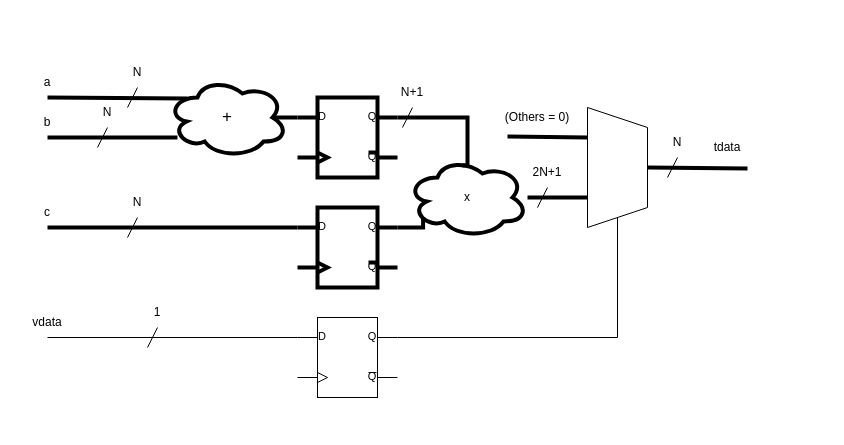
The draw.io diagram Eksamen/2023/IN3160-eksamen23.drawio in jrundht/IN3160, before the edit. Source tidied: cells renumbered, new cells numbered last; positions are measured from the earlier drawing's top-left corner, leaving out a move shared by most shapes. Both pictures are drawn from the tidied source at 100%, with x=0, y=0 at pixel (17, 57).
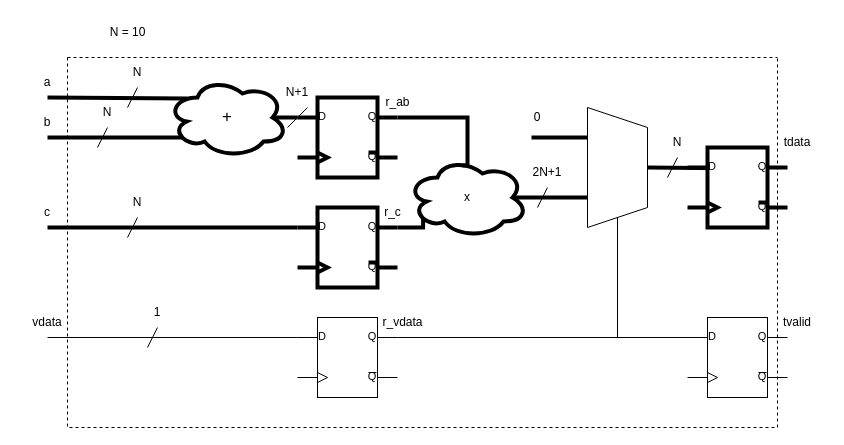
After the change.

The change refers to these unchanged cells:
```xml
<mxCell id="5" value="&lt;font style=&quot;font-size: 17px;&quot;&gt;+&lt;/font&gt;" style="ellipse;shape=cloud;whiteSpace=wrap;html=1;strokeWidth=4;" parent="1" vertex="1">
  <mxGeometry x="150" y="20" width="120" height="80" as="geometry" />
</mxCell>
<mxCell id="6" style="verticalLabelPosition=bottom;shadow=0;dashed=0;align=center;html=1;verticalAlign=top;shape=mxgraph.electrical.logic_gates.d_type_flip-flop;strokeWidth=4;" parent="1" vertex="1">
  <mxGeometry x="280" y="40" width="100" height="80" as="geometry" />
</mxCell>
<mxCell id="9" value="x" style="ellipse;shape=cloud;whiteSpace=wrap;html=1;strokeWidth=4;" parent="1" vertex="1">
  <mxGeometry x="390" y="100" width="120" height="80" as="geometry" />
</mxCell>
<mxCell id="16" style="shape=trapezoid;perimeter=trapezoidPerimeter;whiteSpace=wrap;html=1;fixedSize=1;rotation=90;" parent="1" vertex="1">
  <mxGeometry x="540" y="80" width="120" height="60" as="geometry" />
</mxCell>
```

Diff of the diagram source:
```diff
@@
+    <mxCell id="39" style="swimlane;startSize=0;dashed=1;" parent="1" vertex="1">
+      <mxGeometry x="50" width="710" height="370" as="geometry" />
+    </mxCell>
+    <mxCell id="33" value="N+1" style="text;html=1;align=center;verticalAlign=middle;whiteSpace=wrap;rounded=0;" parent="39" vertex="1">
+      <mxGeometry x="210" y="20" width="40" height="30" as="geometry" />
+    </mxCell>
+    <mxCell id="40" value="r_ab" style="text;html=1;align=center;verticalAlign=middle;strokeColor=none;fillColor=none;" parent="39" vertex="1">
+      <mxGeometry x="305" y="30" width="50" height="30" as="geometry" />
+    </mxCell>
+    <mxCell id="32" style="endArrow=none;html=1;rounded=0;" parent="39" edge="1" target="6">
+      <mxGeometry relative="1" as="geometry">
+        <mxPoint x="230" y="50" as="sourcePoint" />
+      </mxGeometry>
+    </mxCell>
+    <mxCell id="41" value="r_vdata" style="text;html=1;align=center;verticalAlign=middle;strokeColor=none;fillColor=none;" parent="39" vertex="1">
+      <mxGeometry x="305" y="250" width="60" height="30" as="geometry" />
+    </mxCell>
+    <mxCell id="42" value="r_c" style="text;html=1;align=center;verticalAlign=middle;strokeColor=none;fillColor=none;" parent="39" vertex="1">
+      <mxGeometry x="305" y="140" width="40" height="30" as="geometry" />
+    </mxCell>
@@
-    <mxCell id="3" style="endArrow=none;html=1;rounded=0;strokeWidth=4;entryX=0.083;entryY=0.75;entryDx=0;entryDy=0;entryPerimeter=0;" parent="1" edge="1" target="5">
+    <mxCell id="3" style="endArrow=none;html=1;rounded=0;strokeWidth=4;entryX=0.25;entryY=0.75;entryDx=0;entryDy=0;entryPerimeter=0;" parent="1" edge="1" target="5">
       <mxGeometry relative="1" as="geometry">
         <mxPoint x="30" y="80" as="sourcePoint" />
       </mxGeometry>
     </mxCell>
@@
-    <mxCell id="8" style="edgeStyle=orthogonalEdgeStyle;rounded=0;jettySize=auto;html=1;entryX=0.75;entryY=1;entryDx=0;entryDy=0;strokeWidth=4;endArrow=none;endFill=0;" parent="1" edge="1" source="9" target="16">
+    <mxCell id="8" style="edgeStyle=orthogonalEdgeStyle;rounded=0;jettySize=auto;html=1;entryX=0.75;entryY=1;entryDx=0;entryDy=0;strokeWidth=4;endArrow=none;endFill=0;exitX=0.875;exitY=0.5;exitDx=0;exitDy=0;exitPerimeter=0;" parent="1" edge="1" source="9" target="16">
       <mxGeometry relative="1" as="geometry" />
     </mxCell>
@@
-    <mxCell id="17" style="endArrow=none;html=1;rounded=0;strokeWidth=4;entryX=0.25;entryY=1;entryDx=0;entryDy=0;" parent="1" edge="1" target="16">
-      <mxGeometry relative="1" as="geometry">
-        <mxPoint x="490" y="79" as="sourcePoint" />
-      </mxGeometry>
+    <mxCell id="17" style="endArrow=none;html=1;rounded=0;strokeWidth=4;entryX=0.25;entryY=1;entryDx=0;entryDy=0;exitX=0.44;exitY=1.167;exitDx=0;exitDy=0;exitPerimeter=0;" parent="1" edge="1" source="31" target="16">
+      <mxGeometry relative="1" as="geometry" />
     </mxCell>
@@
-    <mxCell id="31" value="(Others = 0)" style="text;html=1;align=center;verticalAlign=middle;whiteSpace=wrap;rounded=0;" parent="1" vertex="1">
+    <mxCell id="31" value="0" style="text;html=1;align=center;verticalAlign=middle;whiteSpace=wrap;rounded=0;" parent="1" vertex="1">
       <mxGeometry x="470" y="45" width="100" height="30" as="geometry" />
     </mxCell>
-    <mxCell id="32" style="endArrow=none;html=1;rounded=0;" parent="1" edge="1">
-      <mxGeometry relative="1" as="geometry">
-        <mxPoint x="385" y="70" as="sourcePoint" />
-        <mxPoint x="395" y="50" as="targetPoint" />
-      </mxGeometry>
-    </mxCell>
-    <mxCell id="33" value="N+1" style="text;html=1;align=center;verticalAlign=middle;whiteSpace=wrap;rounded=0;" parent="1" vertex="1">
-      <mxGeometry x="365" y="20" width="60" height="30" as="geometry" />
-    </mxCell>
@@
     <mxCell id="36" value="tdata" style="text;html=1;align=center;verticalAlign=middle;whiteSpace=wrap;rounded=0;" parent="1" vertex="1">
-      <mxGeometry x="680" y="75" width="60" height="30" as="geometry" />
+      <mxGeometry x="750" y="70" width="60" height="30" as="geometry" />
     </mxCell>
@@
+    <mxCell id="43" style="endArrow=none;html=1;rounded=0;" parent="1" edge="1">
+      <mxGeometry relative="1" as="geometry">
+        <mxPoint x="580" y="280" as="sourcePoint" />
+        <mxPoint x="680" y="280" as="targetPoint" />
+      </mxGeometry>
+    </mxCell>
+    <mxCell id="44" value="&lt;div&gt;tvalid&lt;/div&gt;" style="text;html=1;align=center;verticalAlign=middle;whiteSpace=wrap;rounded=0;" parent="1" vertex="1">
+      <mxGeometry x="750" y="250" width="60" height="30" as="geometry" />
+    </mxCell>
+    <mxCell id="45" value="N = 10" style="text;html=1;align=center;verticalAlign=middle;strokeColor=none;fillColor=none;" parent="1" vertex="1">
+      <mxGeometry x="80" y="-40" width="60" height="30" as="geometry" />
+    </mxCell>
+    <mxCell id="46" style="verticalLabelPosition=bottom;shadow=0;dashed=0;align=center;html=1;verticalAlign=top;shape=mxgraph.electrical.logic_gates.d_type_flip-flop;strokeWidth=4;" parent="1" vertex="1">
+      <mxGeometry x="670" y="90" width="100" height="80" as="geometry" />
+    </mxCell>
+    <mxCell id="47" style="verticalLabelPosition=bottom;shadow=0;dashed=0;align=center;html=1;verticalAlign=top;shape=mxgraph.electrical.logic_gates.d_type_flip-flop;strokeWidth=1;" parent="1" vertex="1">
+      <mxGeometry x="670" y="260" width="100" height="80" as="geometry" />
+    </mxCell>
+    <mxCell id="48" style="endArrow=none;html=1;rounded=0;" parent="1" edge="1">
+      <mxGeometry relative="1" as="geometry">
+        <mxPoint x="270" y="70" as="sourcePoint" />
+        <mxPoint x="290" y="50" as="targetPoint" />
+      </mxGeometry>
+    </mxCell>
```
